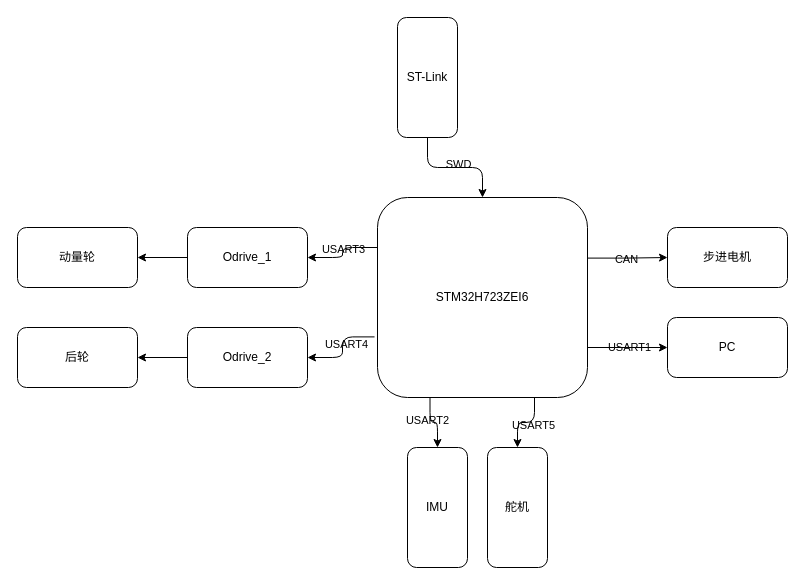
Before: Control_Unit/Hardware/控制单元架构.drawio in Ashington258/EquiCycle, a draw.io diagram. Source tidied: cells renumbered, new cells numbered last; positions are measured from the earlier drawing's top-left corner, leaving out a move shared by most shapes. Both pictures are drawn from the tidied source at 100%, with x=0, y=0 at pixel (17, 17).
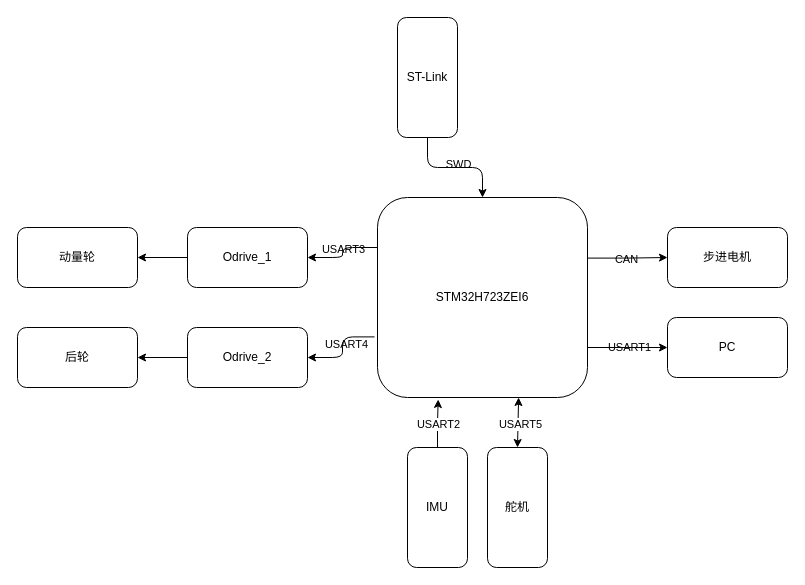
The same page after the edit.

Commit message:
更新控制单元架构

The change refers to these unchanged cells:
```xml
<mxCell id="12" value="STM32H723ZEI6" style="rounded=1;whiteSpace=wrap;html=1;labelBackgroundColor=none;" parent="1" vertex="1">
  <mxGeometry x="360" y="180" width="210" height="200" as="geometry" />
</mxCell>
<mxCell id="19" value="舵机" style="rounded=1;whiteSpace=wrap;html=1;direction=south;labelBackgroundColor=none;" parent="1" vertex="1">
  <mxGeometry x="470" y="430" width="60" height="120" as="geometry" />
</mxCell>
<mxCell id="20" value="IMU" style="rounded=1;whiteSpace=wrap;html=1;direction=south;labelBackgroundColor=none;" parent="1" vertex="1">
  <mxGeometry x="390" y="430" width="60" height="120" as="geometry" />
</mxCell>
```

Change to the diagram source:
```diff
@@
-    <mxCell id="8" style="edgeStyle=orthogonalEdgeStyle;rounded=1;jettySize=auto;html=1;exitX=0.25;exitY=1;exitDx=0;exitDy=0;entryX=0;entryY=0.5;entryDx=0;entryDy=0;labelBackgroundColor=none;fontColor=default;" parent="1" edge="1" source="12" target="20">
-      <mxGeometry relative="1" as="geometry" />
-    </mxCell>
-    <mxCell id="9" value="USART2" style="edgeLabel;html=1;align=center;verticalAlign=middle;rounded=1;labelBackgroundColor=none;" parent="8" vertex="1">
-      <mxGeometry x="-0.24" y="-3" relative="1" as="geometry" />
-    </mxCell>
-    <mxCell id="10" style="edgeStyle=orthogonalEdgeStyle;rounded=1;jettySize=auto;html=1;entryX=0;entryY=0.5;entryDx=0;entryDy=0;labelBackgroundColor=none;fontColor=default;" parent="1" edge="1" source="12" target="19">
-      <mxGeometry relative="1" as="geometry">
-        <Array as="points">
-          <mxPoint x="517" y="405" />
-          <mxPoint x="500" y="405" />
-        </Array>
-      </mxGeometry>
-    </mxCell>
-    <mxCell id="11" value="USART5" style="edgeLabel;html=1;align=center;verticalAlign=middle;rounded=1;labelBackgroundColor=none;" parent="10" vertex="1">
-      <mxGeometry x="-0.18" y="2" relative="1" as="geometry" />
-    </mxCell>
@@
+    <mxCell id="28" style="edgeStyle=orthogonalEdgeStyle;rounded=0;jettySize=auto;html=1;exitX=0;exitY=0.5;exitDx=0;exitDy=0;entryX=0.289;entryY=1.01;entryDx=0;entryDy=0;entryPerimeter=0;" parent="1" edge="1" source="20" target="12">
+      <mxGeometry relative="1" as="geometry" />
+    </mxCell>
+    <mxCell id="9" value="USART2" style="edgeLabel;html=1;align=center;verticalAlign=middle;" parent="28" vertex="1">
+      <mxGeometry x="-0.02" relative="1" as="geometry" />
+    </mxCell>
+    <mxCell id="29" style="endArrow=classic;startArrow=classic;html=1;rounded=0;exitX=0;exitY=0.5;exitDx=0;exitDy=0;entryX=0.672;entryY=1;entryDx=0;entryDy=0;entryPerimeter=0;" parent="1" edge="1" source="19" target="12">
+      <mxGeometry relative="1" as="geometry" />
+    </mxCell>
+    <mxCell id="11" value="USART5" style="edgeLabel;html=1;align=center;verticalAlign=middle;" parent="29" vertex="1">
+      <mxGeometry x="-0.03" y="-2" relative="1" as="geometry" />
+    </mxCell>
```
